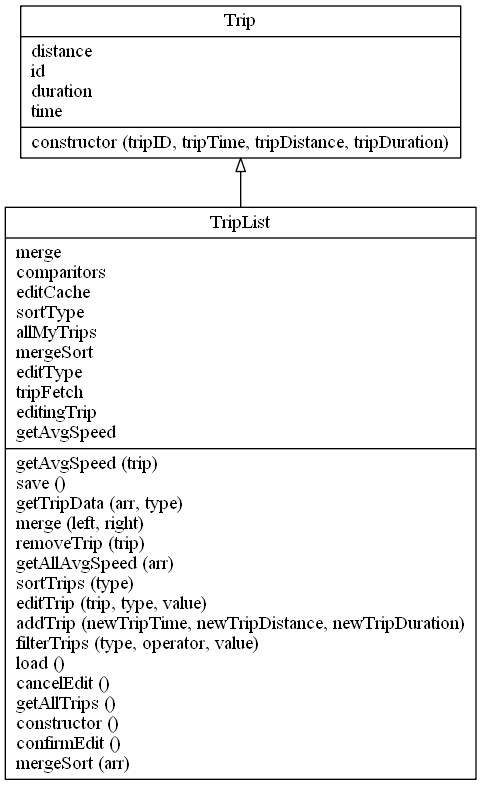
Above: output/classes.dot.png in ChironEvans/de321-Assignment2-2020 (Graphviz), before the change. Its source is kept beside it as output/classes.dot.
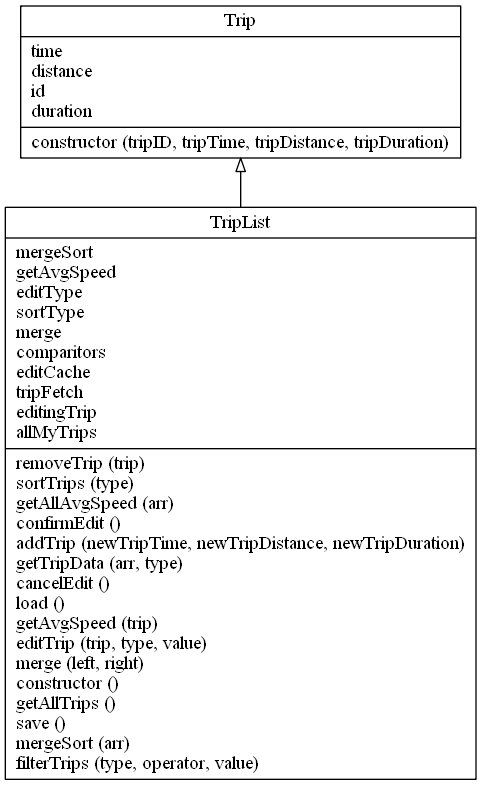
After the commit.

The edit, as a diff of the source:
```diff
@@ -1,7 +1,7 @@
 digraph "classes_test" {
 charset="utf-8"
 rankdir=BT
-"0" [label="{Trip|distance\lid\lduration\ltime\l|constructor (tripID, tripTime, tripDistance, tripDuration)\l}", shape="record"];
-"1" [label="{TripList|merge\lcomparitors\leditCache\lsortType\lallMyTrips\lmergeSort\leditType\ltripFetch\leditingTrip\lgetAvgSpeed\l|getAvgSpeed (trip)\lsave ()\lgetTripData (arr, type)\lmerge (left, right)\lremoveTrip (trip)\lgetAllAvgSpeed (arr)\lsortTrips (type)\leditTrip (trip, type, value)\laddTrip (newTripTime, newTripDistance, newTripDuration)\lfilterTrips (type, operator, value)\lload ()\lcancelEdit ()\lgetAllTrips ()\lconstructor ()\lconfirmEdit ()\lmergeSort (arr)\l}", shape="record"];
+"0" [label="{Trip|time\ldistance\lid\lduration\l|constructor (tripID, tripTime, tripDistance, tripDuration)\l}", shape="record"];
+"1" [label="{TripList|mergeSort\lgetAvgSpeed\leditType\lsortType\lmerge\lcomparitors\leditCache\ltripFetch\leditingTrip\lallMyTrips\l|removeTrip (trip)\lsortTrips (type)\lgetAllAvgSpeed (arr)\lconfirmEdit ()\laddTrip (newTripTime, newTripDistance, newTripDuration)\lgetTripData (arr, type)\lcancelEdit ()\lload ()\lgetAvgSpeed (trip)\leditTrip (trip, type, value)\lmerge (left, right)\lconstructor ()\lgetAllTrips ()\lsave ()\lmergeSort (arr)\lfilterTrips (type, operator, value)\l}", shape="record"];
 "1" -> "0" [arrowhead="empty", arrowtail="none"];
 }
```
